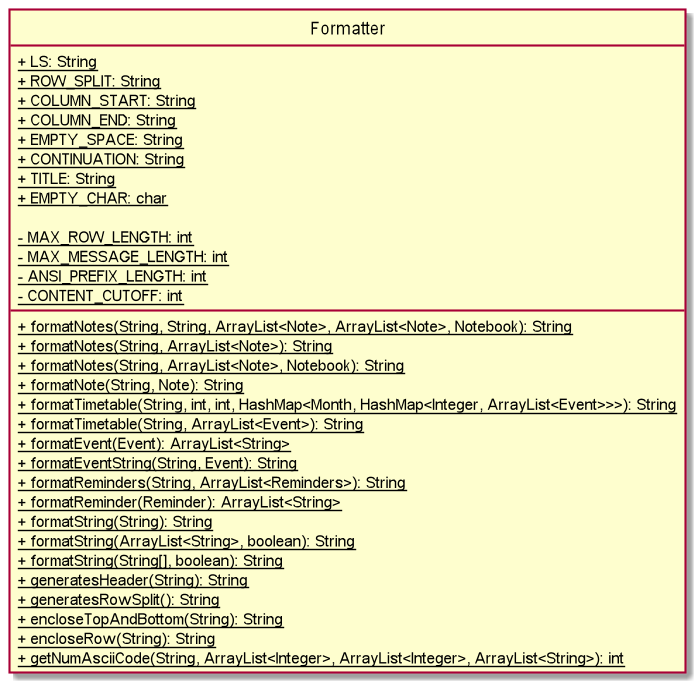
Earlier version of the PlantUML export docs/diagrams/out/Formatter.png (nus-cs2113-AY2021S1/tp). The source it was exported from:
```plantuml
@startuml

hide circle
skinparam classAttributeIconSize 0

class Formatter {
<u>+ LS: String
<u>+ ROW_SPLIT: String
<u>+ COLUMN_START: String
<u>+ COLUMN_END: String
<u>+ EMPTY_SPACE: String
<u>+ CONTINUATION: String
<u>+ TITLE: String
<u>+ EMPTY_CHAR: char

<u>- MAX_ROW_LENGTH: int
<u>- MAX_MESSAGE_LENGTH: int
<u>- ANSI_PREFIX_LENGTH: int
<u>- CONTENT_CUTOFF: int
<u>+ formatNotes(String, String, ArrayList<Note>, ArrayList<Note>, Notebook): String
<u>+ formatNotes(String, ArrayList<Note>): String
<u>+ formatNotes(String, ArrayList<Note>, Notebook): String
<u>+ formatNote(String, Note): String
<u>+ formatTimetable(String, int, int, HashMap<Month, HashMap<Integer, ArrayList<Event>>>): String
<u>+ formatTimetable(String, ArrayList<Event>): String
<u>+ formatEvent(Event): ArrayList<String>
<u>+ formatEventString(String, Event): String
<u>+ formatReminders(String, ArrayList<Reminders>): String
<u>+ formatReminder(Reminder): ArrayList<String>
<u>+ formatString(String): String
<u>+ formatString(ArrayList<String>, boolean): String
<u>+ formatString(String[], boolean): String
<u>+ generatesHeader(String): String
<u>+ generatesRowSplit(): String
<u>+ encloseTopAndBottom(String): String
<u>+ encloseRow(String): String
<u>+ getNumAsciiCode(String, ArrayList<Integer>, ArrayList<Integer>, ArrayList<String>): int
}

@enduml
```
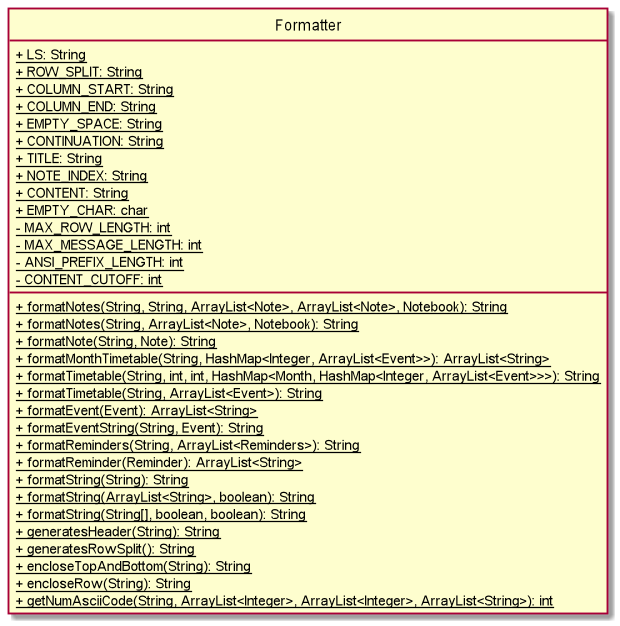
Later version of the same file.

Diff of the diagram source:
```diff
@@ -11,16 +11,17 @@
 <u>+ EMPTY_SPACE: String
 <u>+ CONTINUATION: String
 <u>+ TITLE: String
+<u>+ NOTE_INDEX: String
+<u>+ CONTENT: String
 <u>+ EMPTY_CHAR: char
-
 <u>- MAX_ROW_LENGTH: int
 <u>- MAX_MESSAGE_LENGTH: int
 <u>- ANSI_PREFIX_LENGTH: int
 <u>- CONTENT_CUTOFF: int
 <u>+ formatNotes(String, String, ArrayList<Note>, ArrayList<Note>, Notebook): String
-<u>+ formatNotes(String, ArrayList<Note>): String
 <u>+ formatNotes(String, ArrayList<Note>, Notebook): String
 <u>+ formatNote(String, Note): String
+<u>+ formatMonthTimetable(String, HashMap<Integer, ArrayList<Event>>): ArrayList<String>
 <u>+ formatTimetable(String, int, int, HashMap<Month, HashMap<Integer, ArrayList<Event>>>): String
 <u>+ formatTimetable(String, ArrayList<Event>): String
 <u>+ formatEvent(Event): ArrayList<String>
@@ -29,7 +30,7 @@
 <u>+ formatReminder(Reminder): ArrayList<String>
 <u>+ formatString(String): String
 <u>+ formatString(ArrayList<String>, boolean): String
-<u>+ formatString(String[], boolean): String
+<u>+ formatString(String[], boolean, boolean): String
 <u>+ generatesHeader(String): String
 <u>+ generatesRowSplit(): String
 <u>+ encloseTopAndBottom(String): String
```
